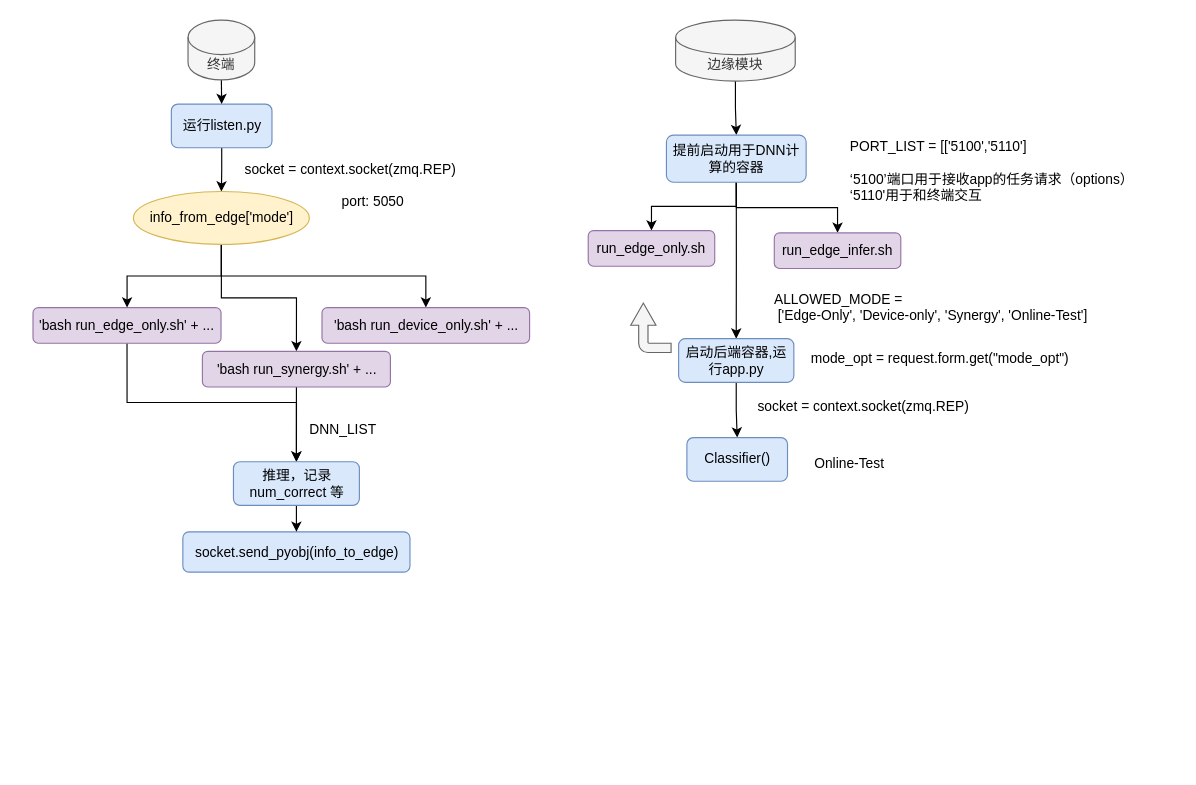
Earlier version of the draw.io diagram 未命名绘图.drawio (zhoumeng-123/draw). Source tidied: cells renumbered, new cells numbered last; positions are measured from the earlier drawing's top-left corner, leaving out a move shared by most shapes. Both pictures are drawn from the tidied source at 115%, with x=0, y=0 at pixel (32, 20).
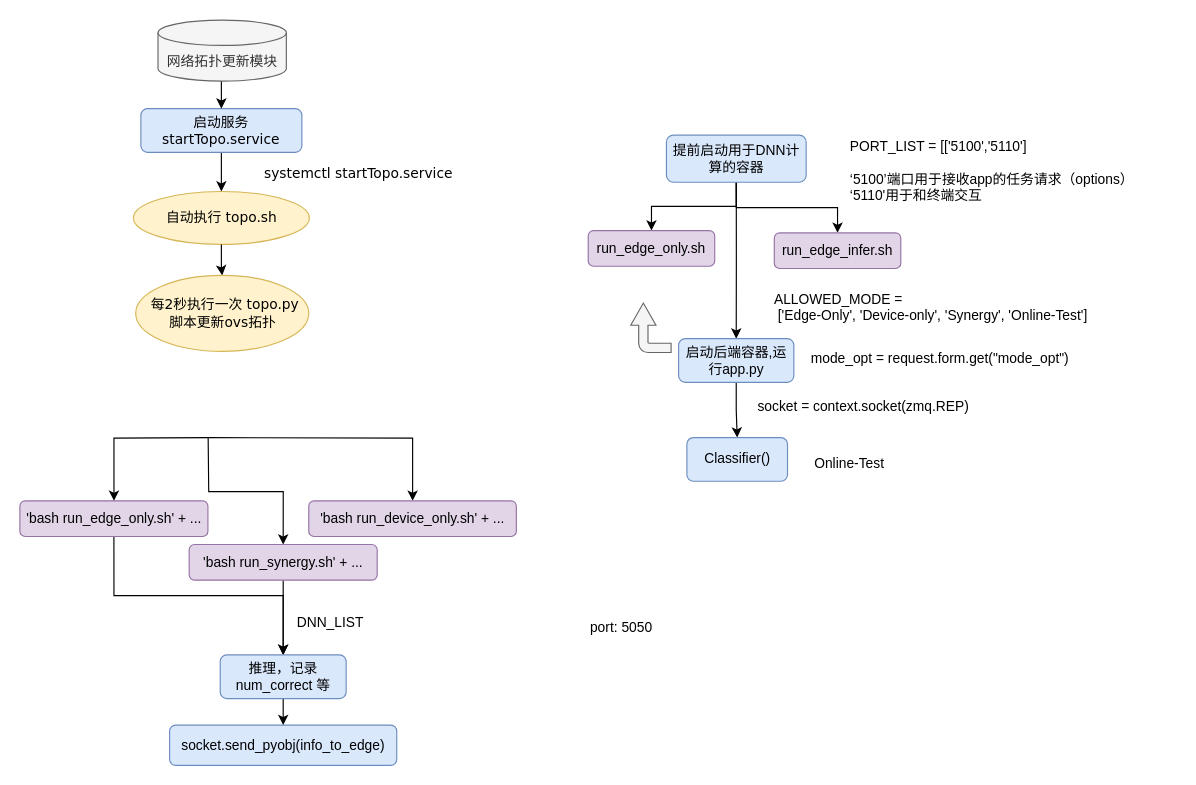
After the change.

Commit message:
更新未命名绘图.drawio

The change refers to these unchanged cells:
```xml
<mxCell id="26" value="提前启动用于DNN计算的容器" style="rounded=1;whiteSpace=wrap;html=1;fillColor=#dae8fc;strokeColor=#6c8ebf;" parent="1" vertex="1">
  <mxGeometry x="551" y="100" width="121.5" height="41" as="geometry" />
</mxCell>
```

What changed in the source:
```diff
@@
-    <mxCell id="3" value="运行listen.py" style="rounded=1;whiteSpace=wrap;html=1;fillColor=#dae8fc;strokeColor=#6c8ebf;" parent="1" vertex="1">
-      <mxGeometry x="120.5" y="73" width="87.5" height="38" as="geometry" />
+    <mxCell id="3" value="启动服务&lt;font face=&quot;Verdana&quot;&gt;startTopo.service&lt;/font&gt;" style="rounded=1;whiteSpace=wrap;html=1;fillColor=#dae8fc;strokeColor=#6c8ebf;" parent="1" vertex="1">
+      <mxGeometry x="94" y="77" width="140" height="38" as="geometry" />
     </mxCell>
-    <mxCell id="4" style="edgeStyle=orthogonalEdgeStyle;rounded=0;jettySize=auto;html=1;exitX=0.5;exitY=1;exitDx=0;exitDy=0;exitPerimeter=0;entryX=0.5;entryY=0;entryDx=0;entryDy=0;" parent="1" edge="1" source="5" target="3">
-      <mxGeometry relative="1" as="geometry" />
+    <mxCell id="4" style="edgeStyle=orthogonalEdgeStyle;rounded=0;jettySize=auto;html=1;exitX=0.5;exitY=1;exitDx=0;exitDy=0;exitPerimeter=0;entryX=0.5;entryY=0;entryDx=0;entryDy=0;" parent="1" edge="1" target="3">
+      <mxGeometry relative="1" as="geometry">
+        <mxPoint x="164" y="52" as="sourcePoint" />
+      </mxGeometry>
     </mxCell>
-    <mxCell id="5" value="终端" style="shape=cylinder3;whiteSpace=wrap;html=1;boundedLbl=1;backgroundOutline=1;size=15;fillColor=#f5f5f5;strokeColor=#666666;fontColor=#333333;" parent="1" vertex="1">
-      <mxGeometry x="135" width="58" height="52" as="geometry" />
-    </mxCell>
-    <mxCell id="6" style="edgeStyle=orthogonalEdgeStyle;rounded=0;jettySize=auto;html=1;exitX=0.5;exitY=1;exitDx=0;exitDy=0;exitPerimeter=0;" parent="1" edge="1" source="7" target="26">
-      <mxGeometry relative="1" as="geometry" />
-    </mxCell>
-    <mxCell id="7" value="边缘模块" style="shape=cylinder3;whiteSpace=wrap;html=1;boundedLbl=1;backgroundOutline=1;size=15;fillColor=#f5f5f5;strokeColor=#666666;fontColor=#333333;" parent="1" vertex="1">
-      <mxGeometry x="559" width="104" height="53" as="geometry" />
+    <mxCell id="7" value="网络拓扑更新模块" style="shape=cylinder3;whiteSpace=wrap;html=1;boundedLbl=1;backgroundOutline=1;size=11;fillColor=#f5f5f5;strokeColor=#666666;fontColor=#333333;" parent="1" vertex="1">
+      <mxGeometry x="108.9" width="111.6" height="53" as="geometry" />
     </mxCell>
@@
     <mxCell id="9" value="'bash run_edge_only.sh' + ..." style="rounded=1;whiteSpace=wrap;html=1;fillColor=#e1d5e7;strokeColor=#9673a6;" parent="1" vertex="1">
-      <mxGeometry x="0.2" y="250" width="163.5" height="31" as="geometry" />
+      <mxGeometry x="-11.2" y="418" width="163.5" height="31" as="geometry" />
     </mxCell>
-    <mxCell id="10" style="edgeStyle=orthogonalEdgeStyle;rounded=0;jettySize=auto;html=1;exitX=0.5;exitY=1;exitDx=0;exitDy=0;" parent="1" edge="1" source="13" target="9">
-      <mxGeometry relative="1" as="geometry" />
+    <mxCell id="10" style="edgeStyle=orthogonalEdgeStyle;rounded=0;jettySize=auto;html=1;exitX=0.5;exitY=1;exitDx=0;exitDy=0;" parent="1" edge="1" target="9">
+      <mxGeometry relative="1" as="geometry">
+        <mxPoint x="152.5" y="363" as="sourcePoint" />
+      </mxGeometry>
     </mxCell>
-    <mxCell id="11" style="edgeStyle=orthogonalEdgeStyle;rounded=0;jettySize=auto;html=1;exitX=0.5;exitY=1;exitDx=0;exitDy=0;entryX=0.5;entryY=0;entryDx=0;entryDy=0;" parent="1" edge="1" source="13" target="17">
-      <mxGeometry relative="1" as="geometry" />
+    <mxCell id="11" style="edgeStyle=orthogonalEdgeStyle;rounded=0;jettySize=auto;html=1;exitX=0.5;exitY=1;exitDx=0;exitDy=0;entryX=0.5;entryY=0;entryDx=0;entryDy=0;" parent="1" edge="1" target="17">
+      <mxGeometry relative="1" as="geometry">
+        <mxPoint x="152.5" y="363" as="sourcePoint" />
+      </mxGeometry>
     </mxCell>
-    <mxCell id="12" style="edgeStyle=orthogonalEdgeStyle;rounded=0;jettySize=auto;html=1;exitX=0.5;exitY=1;exitDx=0;exitDy=0;" parent="1" edge="1" source="13" target="18">
-      <mxGeometry relative="1" as="geometry" />
+    <mxCell id="12" style="edgeStyle=orthogonalEdgeStyle;rounded=0;jettySize=auto;html=1;exitX=0.5;exitY=1;exitDx=0;exitDy=0;" parent="1" edge="1" target="18">
+      <mxGeometry relative="1" as="geometry">
+        <mxPoint x="152.5" y="363" as="sourcePoint" />
+      </mxGeometry>
     </mxCell>
-    <mxCell id="13" value="info_from_edge['mode']" style="ellipse;whiteSpace=wrap;html=1;fillColor=#fff2cc;strokeColor=#d6b656;" parent="1" vertex="1">
+    <mxCell id="13" value="&lt;font face=&quot;Verdana&quot;&gt;自动执行 topo.sh&lt;/font&gt;" style="ellipse;whiteSpace=wrap;html=1;fillColor=#fff2cc;strokeColor=#d6b656;" parent="1" vertex="1">
       <mxGeometry x="87.5" y="149" width="153" height="46" as="geometry" />
     </mxCell>
-    <mxCell id="14" value="socket = context.socket(zmq.REP)" style="text;html=1;align=center;verticalAlign=middle;strokeColor=none;fillColor=none;" parent="1" vertex="1">
-      <mxGeometry x="179" y="121" width="194" height="18" as="geometry" />
+    <mxCell id="14" value="&lt;font face=&quot;Verdana&quot;&gt;systemctl startTopo.service&lt;/font&gt;" style="text;html=1;align=center;verticalAlign=middle;strokeColor=none;fillColor=none;" parent="1" vertex="1">
+      <mxGeometry x="188" y="119" width="190" height="30" as="geometry" />
     </mxCell>
     <mxCell id="15" value="socket.send_pyobj(info_to_edge)" style="rounded=1;whiteSpace=wrap;html=1;fillColor=#dae8fc;strokeColor=#6c8ebf;" parent="1" vertex="1">
-      <mxGeometry x="130.5" y="445" width="197.5" height="35" as="geometry" />
+      <mxGeometry x="119" y="613" width="197.5" height="35" as="geometry" />
     </mxCell>
@@
     <mxCell id="17" value="'bash run_synergy.sh' + ..." style="rounded=1;whiteSpace=wrap;html=1;fillColor=#e1d5e7;strokeColor=#9673a6;" parent="1" vertex="1">
-      <mxGeometry x="147.5" y="288" width="163.5" height="31" as="geometry" />
+      <mxGeometry x="136" y="456" width="163.5" height="31" as="geometry" />
     </mxCell>
     <mxCell id="18" value="'bash run_device_only.sh' + ..." style="rounded=1;whiteSpace=wrap;html=1;fillColor=#e1d5e7;strokeColor=#9673a6;" parent="1" vertex="1">
-      <mxGeometry x="251.5" y="250" width="180.5" height="31" as="geometry" />
+      <mxGeometry x="240" y="418" width="180.5" height="31" as="geometry" />
     </mxCell>
     <mxCell id="19" value="DNN_LIST" style="text;whiteSpace=wrap;html=1;" parent="1" vertex="1">
-      <mxGeometry x="239" y="342" width="78" height="28" as="geometry" />
+      <mxGeometry x="227.5" y="510" width="78" height="28" as="geometry" />
     </mxCell>
     <mxCell id="20" value="port: 5050" style="text;whiteSpace=wrap;html=1;" parent="1" vertex="1">
-      <mxGeometry x="267" y="144" width="78" height="28" as="geometry" />
+      <mxGeometry x="483" y="515" width="78" height="28" as="geometry" />
     </mxCell>
@@
     <mxCell id="22" value="推理，记录num_correct 等" style="rounded=1;whiteSpace=wrap;html=1;fillColor=#dae8fc;strokeColor=#6c8ebf;" parent="1" vertex="1">
-      <mxGeometry x="174.5" y="384" width="109.5" height="38" as="geometry" />
+      <mxGeometry x="163" y="552" width="109.5" height="38" as="geometry" />
     </mxCell>
@@
+    <mxCell id="38" style="edgeStyle=orthogonalEdgeStyle;rounded=0;jettySize=auto;html=1;" parent="1" edge="1" source="13" target="39">
+      <mxGeometry relative="1" as="geometry" />
+    </mxCell>
+    <mxCell id="39" value="&lt;font face=&quot;Verdana&quot;&gt;&amp;nbsp; 每2秒执行一次 topo.py&amp;nbsp; 脚本更新ovs拓扑&lt;/font&gt;" style="ellipse;whiteSpace=wrap;html=1;fillColor=#fff2cc;strokeColor=#d6b656;" parent="1" vertex="1">
+      <mxGeometry x="89.5" y="222" width="150.5" height="66" as="geometry" />
+    </mxCell>
```
